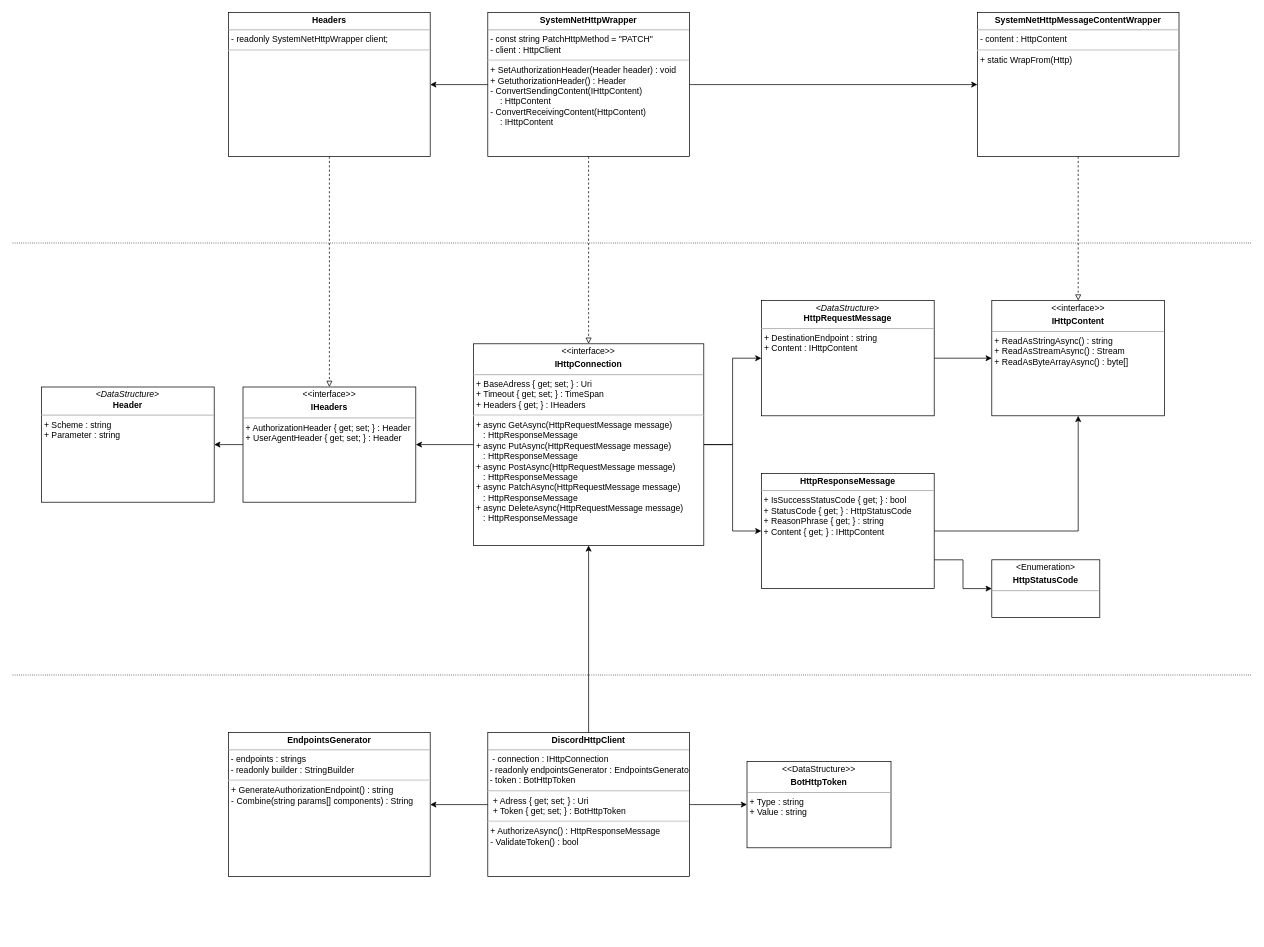
Earlier version of the draw.io diagram NetworkConnections/API/HttpCommunication.drawio (Sinkholy/SyDiscordSharp). Source tidied: cells renumbered, new cells numbered last; positions are measured from the earlier drawing's top-left corner, leaving out a move shared by most shapes. Both pictures are drawn from the tidied source at 72%, with x=0, y=0 at pixel (12, 12).
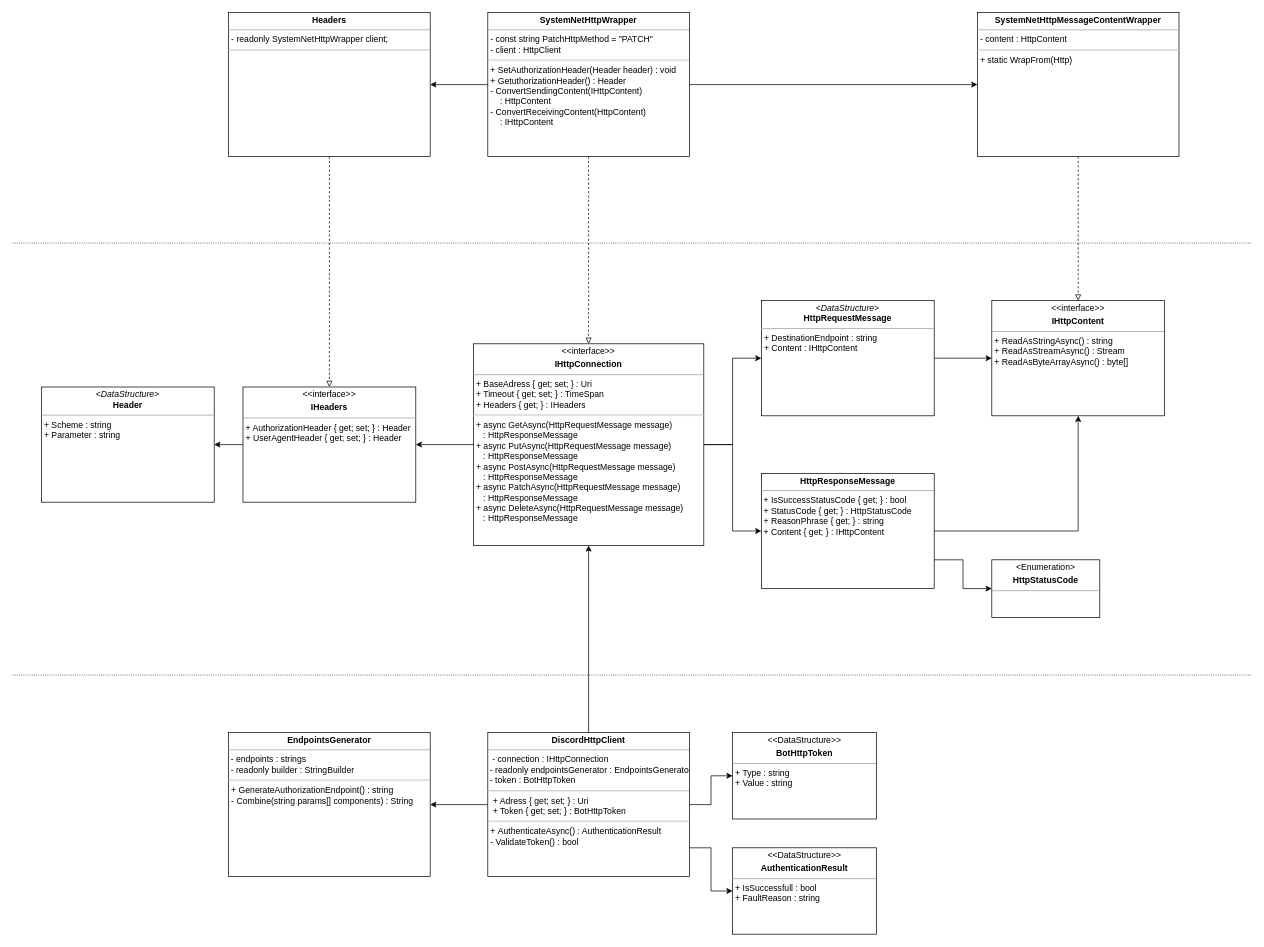
After the change.

Commit message (it also covers changes not shown here):
Added AuthenticationResult to hide unnecessary details about http communication

Diff of the diagram source:
```diff
@@
+    <mxCell id="32" style="edgeStyle=orthogonalEdgeStyle;rounded=0;jettySize=auto;html=1;entryX=0;entryY=0.5;entryDx=0;entryDy=0;" parent="1" edge="1" source="15" target="33">
+      <mxGeometry relative="1" as="geometry">
+        <Array as="points">
+          <mxPoint x="970" y="1160" />
+          <mxPoint x="970" y="1220" />
+        </Array>
+      </mxGeometry>
+    </mxCell>
-    <mxCell id="15" value="&lt;p style=&quot;margin: 0px ; margin-top: 4px ; text-align: center&quot;&gt;&lt;b&gt;DiscordHttpClient&lt;/b&gt;&lt;/p&gt;&lt;hr size=&quot;1&quot;&gt;&amp;nbsp;&lt;span&gt;&amp;nbsp;- connection : IHttpConnection&lt;br&gt;&amp;nbsp;- readonly endpointsGenerator : EndpointsGenerator&lt;br&gt;&lt;/span&gt;&amp;nbsp;- token : BotHttpToken&lt;br&gt;&lt;hr&gt;&lt;p style=&quot;margin: 0px ; margin-left: 4px&quot;&gt;&amp;nbsp;+ Adress { get; set; } : Uri&lt;br&gt;&amp;nbsp;+ Token { get; set; } :&amp;nbsp;&lt;span style=&quot;text-align: center&quot;&gt;BotHttpToken&lt;/span&gt;&lt;br&gt;&lt;/p&gt;&lt;p style=&quot;margin: 0px 0px 0px 4px&quot;&gt;&lt;/p&gt;&lt;p style=&quot;margin: 0px 0px 0px 4px&quot;&gt;&lt;/p&gt;&lt;hr&gt;&lt;p style=&quot;margin: 0px 0px 0px 4px&quot;&gt;+ AuthorizeAsync() : HttpResponseMessage&lt;/p&gt;&lt;p style=&quot;margin: 0px 0px 0px 4px&quot;&gt;- ValidateToken() : bool&amp;nbsp;&lt;/p&gt;" style="verticalAlign=top;align=left;overflow=fill;fontSize=12;fontFamily=Helvetica;html=1;shadow=0;comic=0;labelBackgroundColor=none;strokeWidth=1;" parent="1" vertex="1">
+    <mxCell id="15" value="&lt;p style=&quot;margin: 0px ; margin-top: 4px ; text-align: center&quot;&gt;&lt;b&gt;DiscordHttpClient&lt;/b&gt;&lt;/p&gt;&lt;hr size=&quot;1&quot;&gt;&amp;nbsp;&lt;span&gt;&amp;nbsp;- connection : IHttpConnection&lt;br&gt;&amp;nbsp;- readonly endpointsGenerator : EndpointsGenerator&lt;br&gt;&lt;/span&gt;&amp;nbsp;- token : BotHttpToken&lt;br&gt;&lt;hr&gt;&lt;p style=&quot;margin: 0px ; margin-left: 4px&quot;&gt;&amp;nbsp;+ Adress { get; set; } : Uri&lt;br&gt;&amp;nbsp;+ Token { get; set; } :&amp;nbsp;&lt;span style=&quot;text-align: center&quot;&gt;BotHttpToken&lt;/span&gt;&lt;br&gt;&lt;/p&gt;&lt;p style=&quot;margin: 0px 0px 0px 4px&quot;&gt;&lt;/p&gt;&lt;p style=&quot;margin: 0px 0px 0px 4px&quot;&gt;&lt;/p&gt;&lt;hr&gt;&lt;p style=&quot;margin: 0px 0px 0px 4px&quot;&gt;+&amp;nbsp;&lt;span&gt;Authenticate&lt;/span&gt;&lt;span&gt;Async() : AuthenticationResult&lt;/span&gt;&lt;/p&gt;&lt;p style=&quot;margin: 0px 0px 0px 4px&quot;&gt;- ValidateToken() : bool&amp;nbsp;&lt;/p&gt;" style="verticalAlign=top;align=left;overflow=fill;fontSize=12;fontFamily=Helvetica;html=1;shadow=0;comic=0;labelBackgroundColor=none;strokeWidth=1;" parent="1" vertex="1">
       <mxGeometry x="660" y="1000" width="280" height="200" as="geometry" />
     </mxCell>
     <mxCell id="16" value="&lt;p style=&quot;margin: 0px ; margin-top: 4px ; text-align: center&quot;&gt;&amp;lt;&amp;lt;DataStructure&amp;gt;&amp;gt;&lt;/p&gt;&lt;p style=&quot;margin: 0px ; margin-top: 4px ; text-align: center&quot;&gt;&lt;b&gt;BotHttpToken&lt;/b&gt;&lt;/p&gt;&lt;hr size=&quot;1&quot;&gt;&lt;p style=&quot;margin: 0px ; margin-left: 4px&quot;&gt;&lt;/p&gt;&lt;p style=&quot;margin: 0px ; margin-left: 4px&quot;&gt;+ Type : string&lt;/p&gt;&lt;p style=&quot;margin: 0px ; margin-left: 4px&quot;&gt;+ Value : string&lt;/p&gt;" style="verticalAlign=top;align=left;overflow=fill;fontSize=12;fontFamily=Helvetica;html=1;shadow=0;comic=0;labelBackgroundColor=none;strokeWidth=1;" parent="1" vertex="1">
-      <mxGeometry x="1020" y="1040" width="200" height="120" as="geometry" />
+      <mxGeometry x="1000" y="1000" width="200" height="120" as="geometry" />
     </mxCell>
@@
+    <mxCell id="33" value="&lt;p style=&quot;margin: 0px ; margin-top: 4px ; text-align: center&quot;&gt;&amp;lt;&amp;lt;DataStructure&amp;gt;&amp;gt;&lt;/p&gt;&lt;p style=&quot;margin: 0px ; margin-top: 4px ; text-align: center&quot;&gt;&lt;b&gt;AuthenticationResult&lt;/b&gt;&lt;/p&gt;&lt;hr size=&quot;1&quot;&gt;&lt;p style=&quot;margin: 0px ; margin-left: 4px&quot;&gt;&lt;/p&gt;&lt;p style=&quot;margin: 0px ; margin-left: 4px&quot;&gt;+ IsSuccessfull : bool&lt;/p&gt;&lt;p style=&quot;margin: 0px ; margin-left: 4px&quot;&gt;+ FaultReason : string&lt;/p&gt;" style="verticalAlign=top;align=left;overflow=fill;fontSize=12;fontFamily=Helvetica;html=1;shadow=0;comic=0;labelBackgroundColor=none;strokeWidth=1;" parent="1" vertex="1">
+      <mxGeometry x="1000" y="1160" width="200" height="120" as="geometry" />
+    </mxCell>
```
